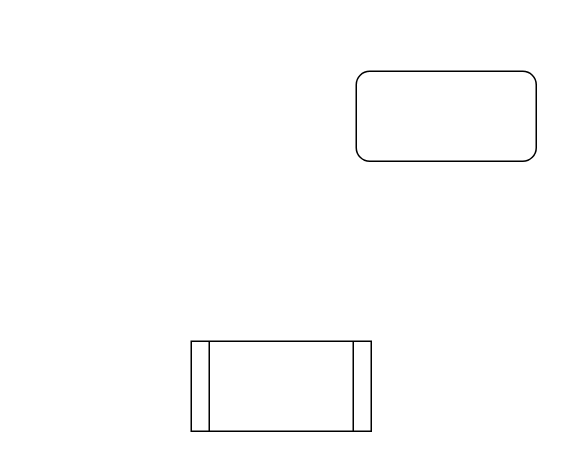
This is hello_world/Untitled Diagram.drawio from shaoxp/hello_rust, a draw.io file, before an edit. Source tidied: cells renumbered, new cells numbered last; positions are measured from the earlier drawing's top-left corner, leaving out a move shared by most shapes. Both pictures are drawn from the tidied source at 150%, with x=0, y=0 at pixel (190, 70).
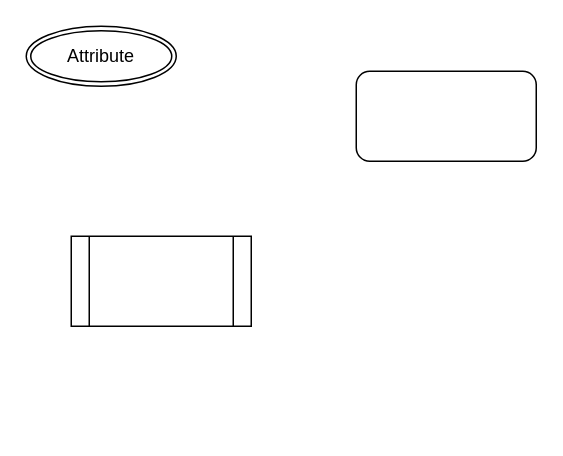
The same diagram, later.

Change to the diagram source:
```diff
@@
 <mxGraphModel>
   <root>
     <mxCell id="0" />
     <mxCell id="1" parent="0" />
     <mxCell id="2" style="rounded=1;whiteSpace=wrap;html=1;" parent="1" vertex="1">
       <mxGeometry x="110" width="120" height="60" as="geometry" />
     </mxCell>
     <mxCell id="3" style="shape=process;whiteSpace=wrap;html=1;backgroundOutline=1;" parent="1" vertex="1">
-      <mxGeometry y="180" width="120" height="60" as="geometry" />
+      <mxGeometry x="-80" y="110" width="120" height="60" as="geometry" />
     </mxCell>
+    <mxCell id="4" value="Attribute" style="ellipse;shape=doubleEllipse;margin=3;whiteSpace=wrap;html=1;align=center;" parent="1" vertex="1">
+      <mxGeometry x="-110" y="-30" width="100" height="40" as="geometry" />
+    </mxCell>
   </root>
 </mxGraphModel>
```
